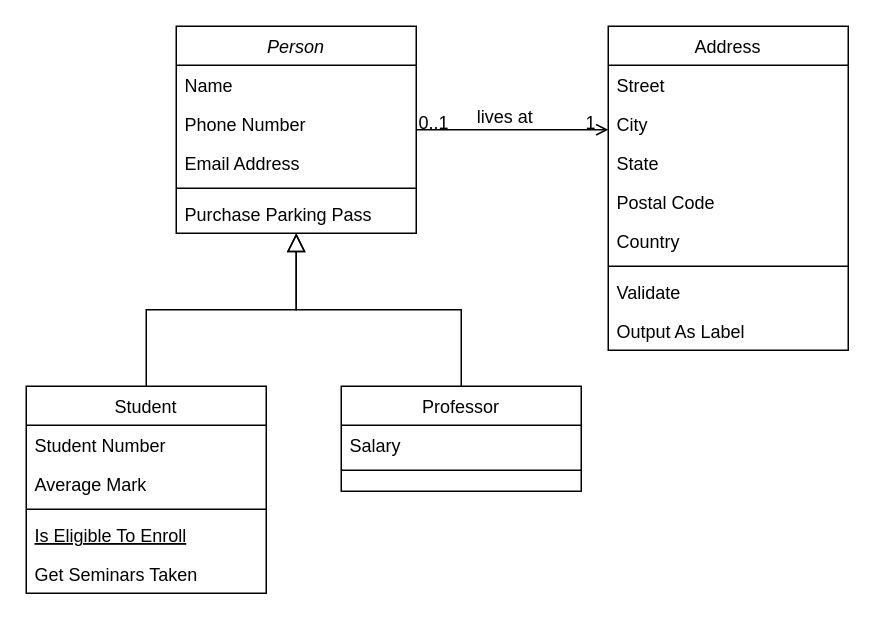
Above: 제목 없는 다이어그램.drawio in bestyleh/HHPLUS_BE (draw.io), before the change. Source tidied: cells renumbered, new cells numbered last; positions are measured from the earlier drawing's top-left corner, leaving out a move shared by most shapes. Both pictures are drawn from the tidied source at 150%, with x=0, y=0 at pixel (26, 26).
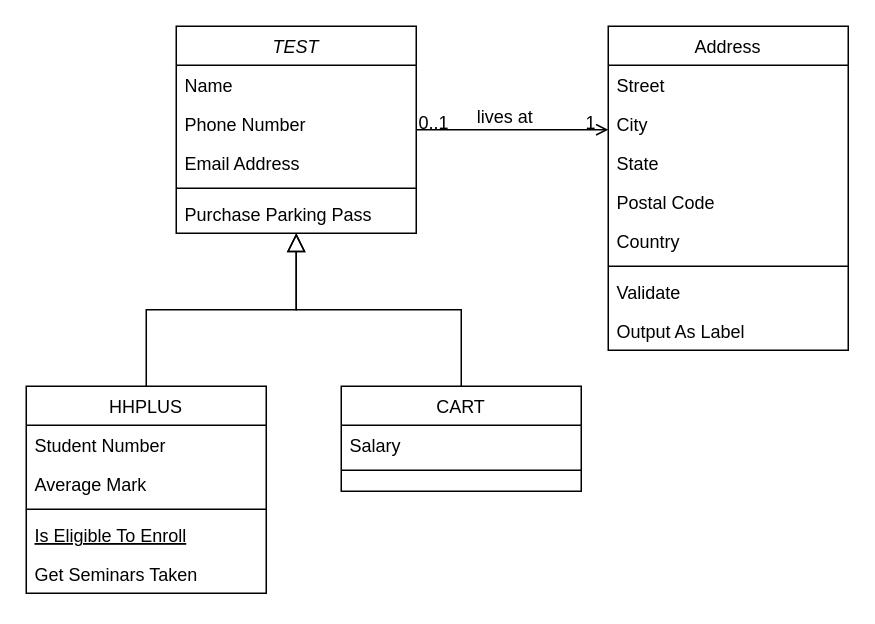
After the change.

What changed in the source:
```diff
@@
-    <mxCell id="2" value="Person" style="swimlane;fontStyle=2;align=center;verticalAlign=top;horizontal=1;startSize=26;rounded=0;shadow=0;strokeWidth=1;" parent="1" vertex="1">
+    <mxCell id="2" value="TEST" style="swimlane;fontStyle=2;align=center;verticalAlign=top;horizontal=1;startSize=26;rounded=0;shadow=0;strokeWidth=1;" parent="1" vertex="1">
       <mxGeometry x="100" width="160" height="138" as="geometry" />
     </mxCell>
@@
-    <mxCell id="8" value="Student" style="swimlane;fontStyle=0;align=center;verticalAlign=top;horizontal=1;startSize=26;rounded=0;shadow=0;strokeWidth=1;" parent="1" vertex="1">
+    <mxCell id="8" value="HHPLUS" style="swimlane;fontStyle=0;align=center;verticalAlign=top;horizontal=1;startSize=26;rounded=0;shadow=0;strokeWidth=1;" parent="1" vertex="1">
       <mxGeometry y="240" width="160" height="138" as="geometry" />
     </mxCell>
@@
-    <mxCell id="15" value="Professor" style="swimlane;fontStyle=0;align=center;verticalAlign=top;horizontal=1;startSize=26;rounded=0;shadow=0;strokeWidth=1;" parent="1" vertex="1">
+    <mxCell id="15" value="CART" style="swimlane;fontStyle=0;align=center;verticalAlign=top;horizontal=1;startSize=26;rounded=0;shadow=0;strokeWidth=1;" parent="1" vertex="1">
       <mxGeometry x="210" y="240" width="160" height="70" as="geometry" />
     </mxCell>
```
